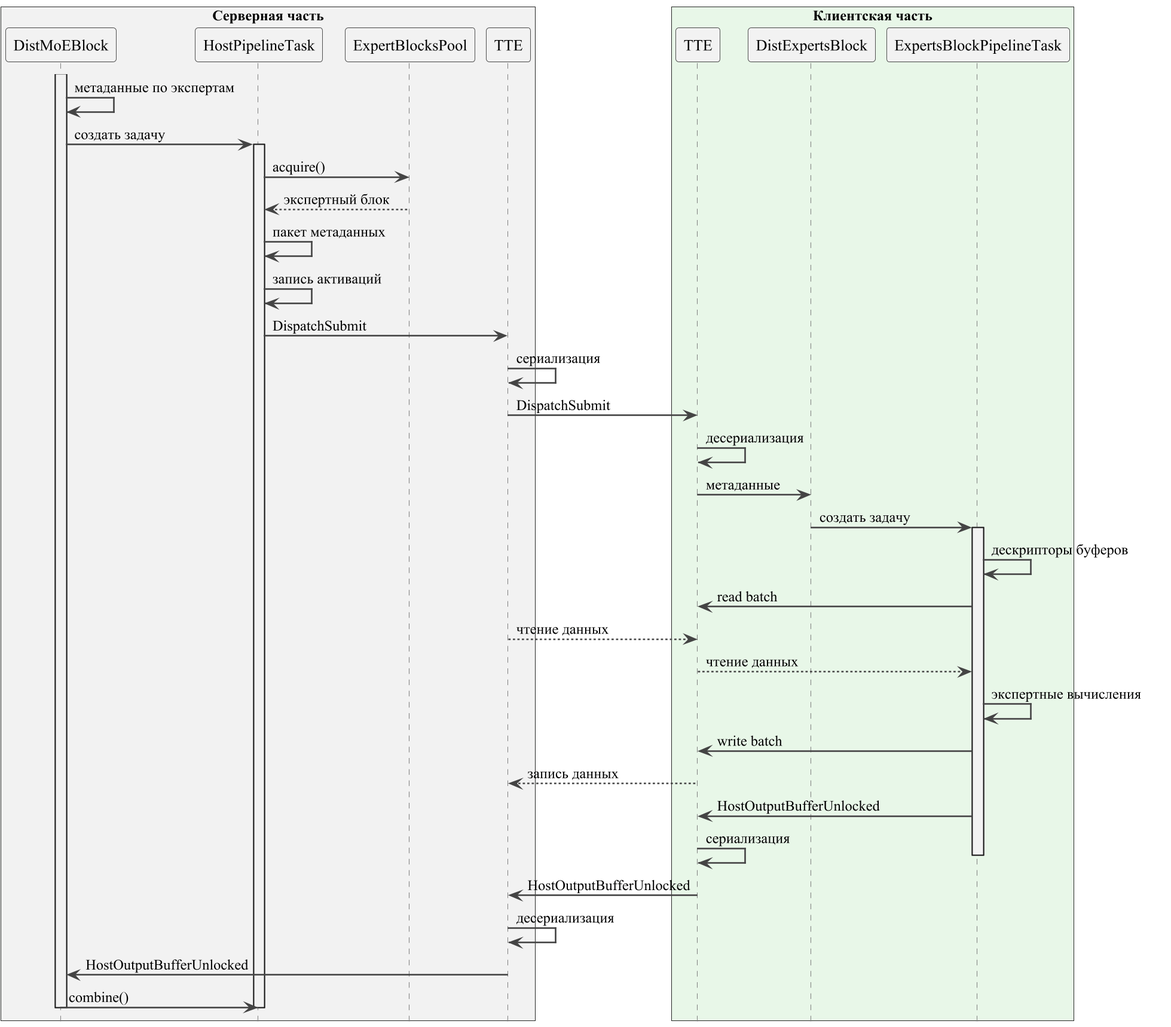
The PlantUML diagram docs/diploma/bachelor-thesis-template/diagrams/method-sequence.png in slivanovich/DistributedMoE, before a commit.
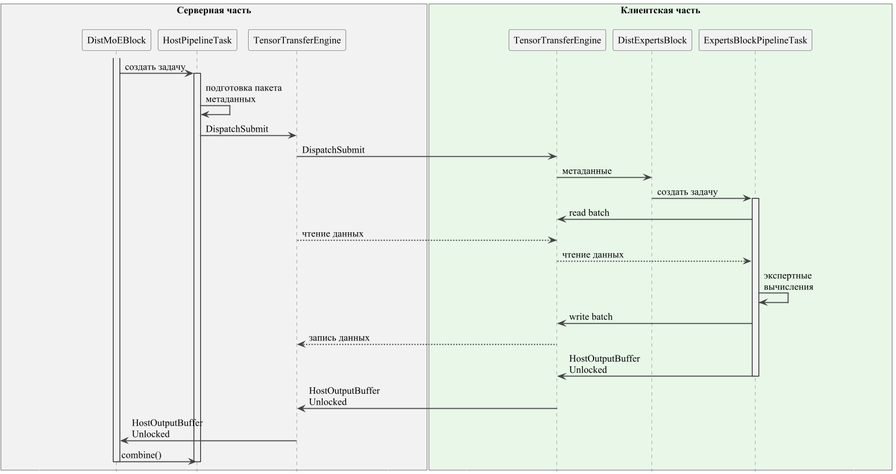
After the change.

The edit, as a diff of the source:
```diff
@@ -1,7 +1,9 @@
 @startuml
+scale 0.62
 skinparam backgroundColor white
 skinparam shadowing false
 skinparam defaultFontName "Times New Roman"
+skinparam defaultFontSize 14
 skinparam dpi 180
 skinparam ArrowThickness 1.4
 hide footbox
@@ -11,53 +13,61 @@
     LifeLineBackgroundColor #F7F7F7
     ParticipantBorderColor #444444
     ParticipantBackgroundColor #F2F2F2
-    ParticipantPadding 12
-    BoxPadding 8
+    ParticipantPadding 8
+    BoxPadding 6
 }
+skinparam participant<<ServerSpacer>> {
+    BackgroundColor #F2F2F2
+    BorderColor #F2F2F2
+    FontColor #F2F2F2
+}
+skinparam participant<<ClientSpacer>> {
+    BackgroundColor #E8F7E8
+    BorderColor #E8F7E8
+    FontColor #E8F7E8
+}
+skinparam sequenceLifeLineBorderColor<<ServerSpacer>> #F2F2F2
+skinparam sequenceLifeLineBackgroundColor<<ServerSpacer>> #F2F2F2
+skinparam sequenceLifeLineBorderColor<<ClientSpacer>> #E8F7E8
+skinparam sequenceLifeLineBackgroundColor<<ClientSpacer>> #E8F7E8
 
 box "Серверная часть" #F2F2F2
+participant "..." as SL <<ServerSpacer>>
 participant "DistMoEBlock" as Server
 participant "HostPipelineTask" as HostTask
-participant "ExpertBlocksPool" as Pool
-participant "TTE" as HostTTE
+participant "TensorTransferEngine" as HostTTE
+participant "..." as SR <<ServerSpacer>>
 end box
 
 box "Клиентская часть" #E8F7E8
-participant "TTE" as ClientTTE
+participant "..." as CL <<ClientSpacer>>
+participant "TensorTransferEngine" as ClientTTE
 participant "DistExpertsBlock" as Client
 participant "ExpertsBlockPipelineTask" as ExpertTask
+participant "..." as CR <<ClientSpacer>>
 end box
 
 activate Server
-Server -> Server : метаданные по экспертам
 Server -> HostTask : создать задачу
 activate HostTask
-HostTask -> Pool : acquire()
-Pool --> HostTask : экспертный блок
-HostTask -> HostTask : пакет метаданных
-HostTask -> HostTask : запись активаций
+HostTask -> HostTask : подготовка пакета\nметаданных
 HostTask -> HostTTE : DispatchSubmit
-HostTTE -> HostTTE : сериализация
 HostTTE -> ClientTTE : DispatchSubmit
 
-ClientTTE -> ClientTTE : десериализация
 ClientTTE -> Client : метаданные
 Client -> ExpertTask : создать задачу
 activate ExpertTask
-ExpertTask -> ExpertTask : дескрипторы буферов
 ExpertTask -> ClientTTE : read batch
 HostTTE --> ClientTTE : чтение данных
 ClientTTE --> ExpertTask : чтение данных
-ExpertTask -> ExpertTask : экспертные вычисления
+ExpertTask -> ExpertTask : экспертные\nвычисления
 ExpertTask -> ClientTTE : write batch
 ClientTTE --> HostTTE : запись данных
-ExpertTask -> ClientTTE : HostOutputBufferUnlocked
-ClientTTE -> ClientTTE : сериализация
+ExpertTask -> ClientTTE : HostOutputBuffer\nUnlocked
 deactivate ExpertTask
 
-ClientTTE -> HostTTE : HostOutputBufferUnlocked
-HostTTE -> HostTTE : десериализация
-HostTTE -> Server : HostOutputBufferUnlocked
+ClientTTE -> HostTTE : HostOutputBuffer\nUnlocked
+HostTTE -> Server : HostOutputBuffer\nUnlocked
 Server -> HostTask : combine()
 deactivate HostTask
 
```
